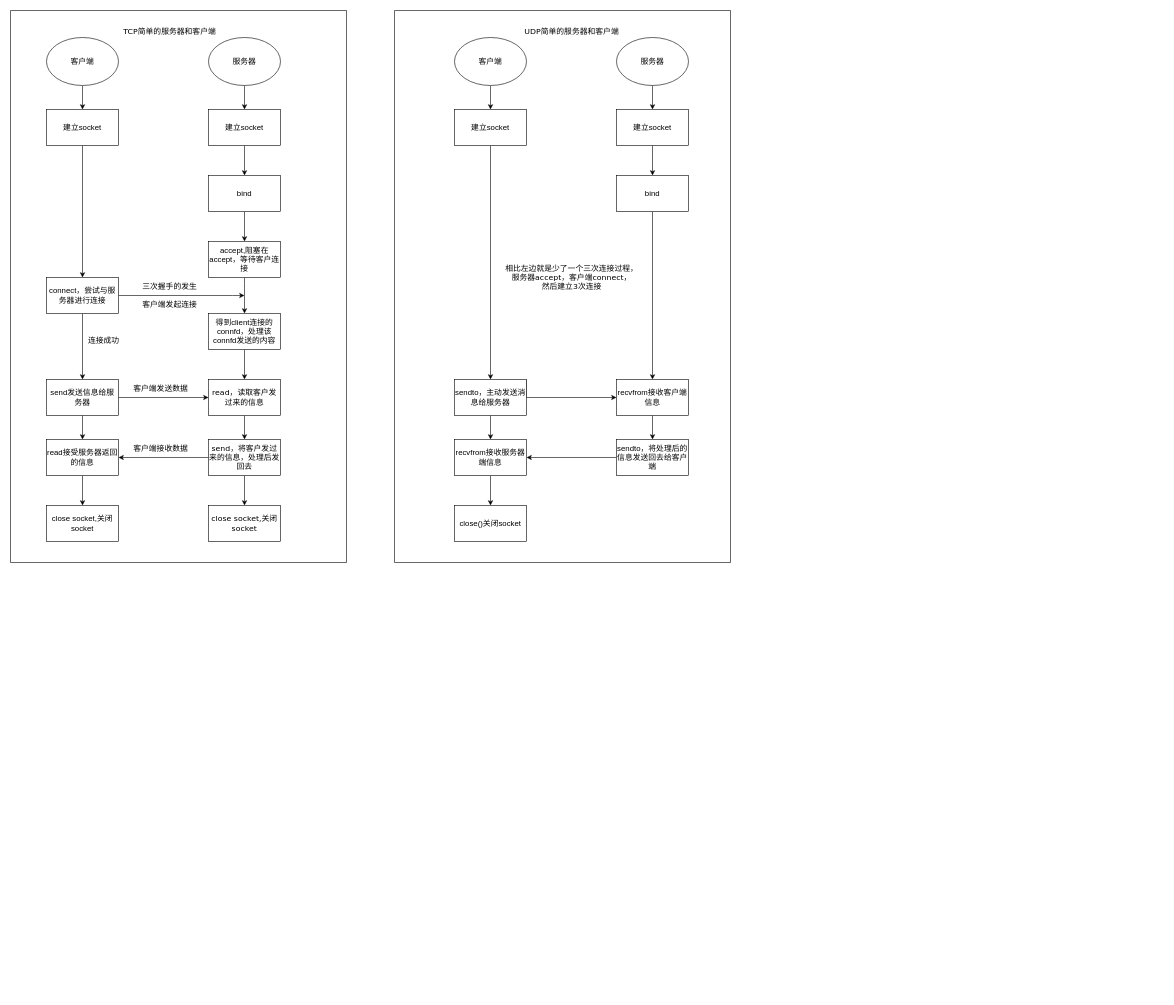
Earlier version of the draw.io diagram TCP_UDP.drawio (zhouzhihui12/Drawio_drawing). Source tidied: cells renumbered, new cells numbered last; positions are measured from the earlier drawing's top-left corner, leaving out a move shared by most shapes. Both pictures are drawn from the tidied source at 60%, with x=0, y=0 at pixel (10, 10).
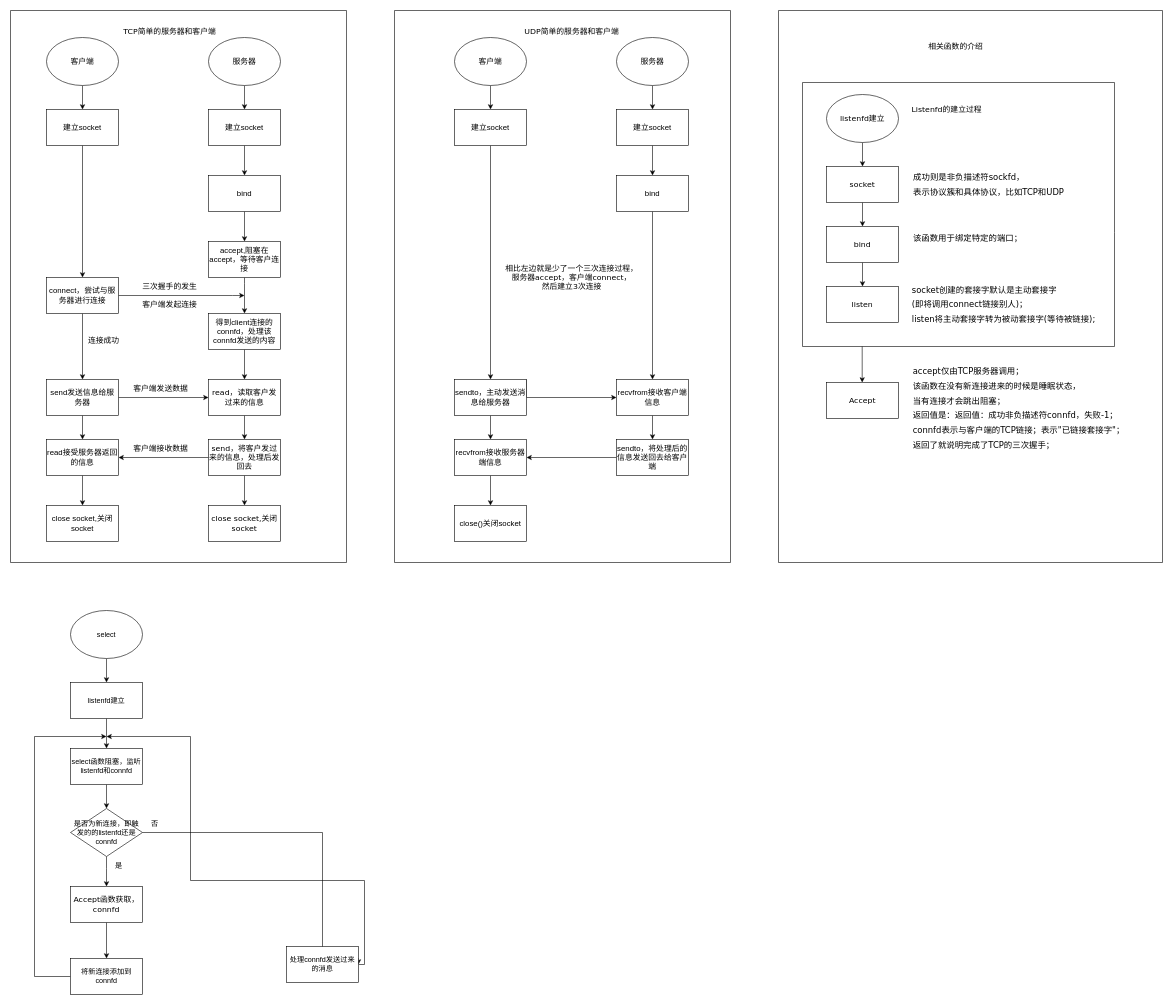
After the change.

What changed in the source:
```diff
@@
+    <mxCell id="61" style="edgeStyle=orthogonalEdgeStyle;rounded=0;jettySize=auto;html=1;fontFamily=Verdana;fontSize=13;" parent="1" edge="1" source="62" target="64">
+      <mxGeometry relative="1" as="geometry" />
+    </mxCell>
+    <mxCell id="62" value="listenfd建立" style="ellipse;whiteSpace=wrap;html=1;fontFamily=Verdana;fontSize=13;" parent="1" vertex="1">
+      <mxGeometry x="1360" y="140" width="120" height="80" as="geometry" />
+    </mxCell>
+    <mxCell id="63" style="edgeStyle=orthogonalEdgeStyle;rounded=0;jettySize=auto;html=1;fontFamily=Verdana;fontSize=13;" parent="1" edge="1" source="64" target="66">
+      <mxGeometry relative="1" as="geometry" />
+    </mxCell>
+    <mxCell id="64" value="socket" style="whiteSpace=wrap;html=1;fontSize=13;fontFamily=Verdana;" parent="1" vertex="1">
+      <mxGeometry x="1360" y="260" width="120" height="60" as="geometry" />
+    </mxCell>
+    <mxCell id="65" style="edgeStyle=orthogonalEdgeStyle;rounded=0;jettySize=auto;html=1;fontFamily=Verdana;fontSize=13;" parent="1" edge="1" source="66" target="67">
+      <mxGeometry relative="1" as="geometry" />
+    </mxCell>
+    <mxCell id="66" value="bind" style="whiteSpace=wrap;html=1;fontSize=13;fontFamily=Verdana;" parent="1" vertex="1">
+      <mxGeometry x="1360" y="360" width="120" height="60" as="geometry" />
+    </mxCell>
+    <mxCell id="67" value="listen" style="whiteSpace=wrap;html=1;fontSize=13;fontFamily=Verdana;" parent="1" vertex="1">
+      <mxGeometry x="1360" y="460" width="120" height="60" as="geometry" />
+    </mxCell>
+    <mxCell id="68" style="endArrow=none;html=1;rounded=0;fontFamily=Verdana;fontSize=13;" parent="1" edge="1">
+      <mxGeometry relative="1" as="geometry">
+        <mxPoint x="1320" y="120" as="sourcePoint" />
+        <mxPoint x="1320" y="120" as="targetPoint" />
+        <Array as="points">
+          <mxPoint x="1320" y="560" />
+          <mxPoint x="1840" y="560" />
+          <mxPoint x="1840" y="370" />
+          <mxPoint x="1840" y="120" />
+        </Array>
+      </mxGeometry>
+    </mxCell>
+    <mxCell id="69" style="edgeStyle=orthogonalEdgeStyle;rounded=0;jettySize=auto;html=1;" parent="1" edge="1" source="70" target="72">
+      <mxGeometry relative="1" as="geometry" />
+    </mxCell>
+    <mxCell id="70" value="select" style="ellipse;whiteSpace=wrap;html=1;" parent="1" vertex="1">
+      <mxGeometry x="100" y="1000" width="120" height="80" as="geometry" />
+    </mxCell>
+    <mxCell id="71" style="edgeStyle=orthogonalEdgeStyle;rounded=0;jettySize=auto;html=1;" parent="1" edge="1" source="72" target="74">
+      <mxGeometry relative="1" as="geometry" />
+    </mxCell>
+    <mxCell id="72" value="listenfd建立" style="rounded=0;whiteSpace=wrap;html=1;" parent="1" vertex="1">
+      <mxGeometry x="100" y="1120" width="120" height="60" as="geometry" />
+    </mxCell>
+    <mxCell id="73" style="edgeStyle=orthogonalEdgeStyle;rounded=0;jettySize=auto;html=1;" parent="1" edge="1" source="74" target="77">
+      <mxGeometry relative="1" as="geometry" />
+    </mxCell>
+    <mxCell id="74" value="select函数阻塞，监听listenfd和connfd" style="rounded=0;whiteSpace=wrap;html=1;" parent="1" vertex="1">
+      <mxGeometry x="100" y="1230" width="120" height="60" as="geometry" />
+    </mxCell>
+    <mxCell id="75" style="edgeStyle=orthogonalEdgeStyle;rounded=0;jettySize=auto;html=1;" parent="1" edge="1" source="77">
+      <mxGeometry relative="1" as="geometry">
+        <mxPoint x="160" y="1460" as="targetPoint" />
+        <Array as="points">
+          <mxPoint x="160" y="1430" />
+          <mxPoint x="160" y="1430" />
+        </Array>
+      </mxGeometry>
+    </mxCell>
+    <mxCell id="76" style="edgeStyle=orthogonalEdgeStyle;rounded=0;jettySize=auto;html=1;entryX=1;entryY=0.5;entryDx=0;entryDy=0;" parent="1" edge="1" source="77" target="81">
+      <mxGeometry relative="1" as="geometry">
+        <Array as="points">
+          <mxPoint x="520" y="1370" />
+          <mxPoint x="520" y="1580" />
+          <mxPoint x="580" y="1580" />
+        </Array>
+      </mxGeometry>
+    </mxCell>
+    <mxCell id="77" value="是否为新连接，即触发的的listenfd还是connfd" style="rhombus;whiteSpace=wrap;html=1;rounded=0;" parent="1" vertex="1">
+      <mxGeometry x="100" y="1330" width="120" height="80" as="geometry" />
+    </mxCell>
+    <mxCell id="78" style="edgeStyle=orthogonalEdgeStyle;rounded=0;jettySize=auto;html=1;" parent="1" edge="1" source="79">
+      <mxGeometry relative="1" as="geometry">
+        <mxPoint x="160" y="1210" as="targetPoint" />
+        <Array as="points">
+          <mxPoint x="40" y="1610" />
+          <mxPoint x="40" y="1210" />
+        </Array>
+      </mxGeometry>
+    </mxCell>
+    <mxCell id="79" value="将新连接添加到connfd" style="whiteSpace=wrap;html=1;rounded=0;" parent="1" vertex="1">
+      <mxGeometry x="100" y="1580" width="120" height="60" as="geometry" />
+    </mxCell>
+    <mxCell id="80" style="edgeStyle=orthogonalEdgeStyle;rounded=0;jettySize=auto;html=1;" parent="1" edge="1" source="81">
+      <mxGeometry relative="1" as="geometry">
+        <mxPoint x="160" y="1210" as="targetPoint" />
+        <Array as="points">
+          <mxPoint x="590" y="1590" />
+          <mxPoint x="590" y="1450" />
+          <mxPoint x="300" y="1450" />
+          <mxPoint x="300" y="1210" />
+        </Array>
+      </mxGeometry>
+    </mxCell>
+    <mxCell id="81" value="处理connfd发送过来的消息" style="rounded=0;whiteSpace=wrap;html=1;" parent="1" vertex="1">
+      <mxGeometry x="460" y="1560" width="120" height="60" as="geometry" />
+    </mxCell>
+    <mxCell id="82" value="是" style="text;html=1;align=center;verticalAlign=middle;strokeColor=none;fillColor=none;" parent="1" vertex="1">
+      <mxGeometry x="160" y="1410" width="40" height="30" as="geometry" />
+    </mxCell>
+    <mxCell id="83" value="否" style="text;html=1;align=center;verticalAlign=middle;strokeColor=none;fillColor=none;" parent="1" vertex="1">
+      <mxGeometry x="220" y="1340" width="40" height="30" as="geometry" />
+    </mxCell>
+    <mxCell id="84" style="edgeStyle=orthogonalEdgeStyle;rounded=0;jettySize=auto;html=1;entryX=0.5;entryY=0;entryDx=0;entryDy=0;fontFamily=Verdana;fontSize=13;" parent="1" edge="1" source="85" target="79">
+      <mxGeometry relative="1" as="geometry" />
+    </mxCell>
+    <mxCell id="85" value="Accept函数获取，connfd" style="rounded=0;whiteSpace=wrap;html=1;fontFamily=Verdana;fontSize=13;" parent="1" vertex="1">
+      <mxGeometry x="100" y="1460" width="120" height="60" as="geometry" />
+    </mxCell>
+    <mxCell id="86" value="&lt;div style=&quot;line-height: 1.75; font-size: 14px; text-align: left;&quot;&gt;成功则是非负描述符sockfd，&lt;/div&gt;&lt;div style=&quot;line-height: 1.75; font-size: 14px; text-align: left;&quot;&gt;表示协议簇和具体协议，比如TCP和UDP&lt;/div&gt;" style="text;html=1;align=center;verticalAlign=middle;strokeColor=none;fillColor=none;fontSize=13;fontFamily=Verdana;" parent="1" vertex="1">
+      <mxGeometry x="1490" y="260" width="280" height="60" as="geometry" />
+    </mxCell>
+    <mxCell id="87" value="&lt;div style=&quot;line-height: 1.75; font-size: 14px; text-align: left;&quot;&gt;该函数用于绑定特定的端口；&lt;/div&gt;" style="text;html=1;align=center;verticalAlign=middle;strokeColor=none;fillColor=none;fontSize=13;fontFamily=Verdana;" parent="1" vertex="1">
+      <mxGeometry x="1490" y="360" width="210" height="40" as="geometry" />
+    </mxCell>
+    <mxCell id="88" value="&lt;div style=&quot;line-height: 1.75; font-size: 14px; text-align: left;&quot;&gt;socket创建的套接字默认是主动套接字&lt;/div&gt;&lt;div style=&quot;line-height: 1.75; font-size: 14px; text-align: left;&quot;&gt;(即将调用connect链接别人)；&lt;/div&gt;&lt;div style=&quot;line-height: 1.75; font-size: 14px; text-align: left;&quot;&gt;listen将主动套接字转为被动套接字(等待被链接);&lt;/div&gt;" style="text;html=1;align=center;verticalAlign=middle;strokeColor=none;fillColor=none;fontSize=13;fontFamily=Verdana;" parent="1" vertex="1">
+      <mxGeometry x="1490" y="445" width="330" height="90" as="geometry" />
+    </mxCell>
+    <mxCell id="89" value="Listenfd的建立过程" style="text;html=1;align=center;verticalAlign=middle;strokeColor=none;fillColor=none;fontSize=13;fontFamily=Verdana;" parent="1" vertex="1">
+      <mxGeometry x="1490" y="150" width="140" height="30" as="geometry" />
+    </mxCell>
+    <mxCell id="90" style="endArrow=classic;html=1;rounded=0;fontFamily=Verdana;fontSize=13;" parent="1" edge="1">
+      <mxGeometry relative="1" as="geometry">
+        <mxPoint x="1419.5" y="560" as="sourcePoint" />
+        <mxPoint x="1419.5" y="620" as="targetPoint" />
+      </mxGeometry>
+    </mxCell>
+    <mxCell id="91" value="&lt;br&gt;&lt;div style=&quot;line-height: 1.75; font-size: 14px; text-align: left;&quot;&gt;accept仅由TCP服务器调用；&lt;/div&gt;&lt;div style=&quot;line-height: 1.75; font-size: 14px; text-align: left;&quot;&gt;该函数在没有新连接进来的时候是睡眠状态，&lt;/div&gt;&lt;div style=&quot;line-height: 1.75; font-size: 14px; text-align: left;&quot;&gt;当有连接才会跳出阻塞；&lt;/div&gt;&lt;div style=&quot;line-height: 1.75; font-size: 14px; text-align: left;&quot;&gt;返回值是：返回值：成功非负描述符connfd，失败-1；&lt;/div&gt;&lt;div style=&quot;line-height: 1.75; font-size: 14px; text-align: left;&quot;&gt;connfd表示与客户端的TCP链接；表示&quot;已链接套接字&quot;；&lt;/div&gt;&lt;div style=&quot;line-height: 1.75; font-size: 14px; text-align: left;&quot;&gt;返回了就说明完成了TCP的三次握手；&lt;/div&gt;" style="text;html=1;align=center;verticalAlign=middle;strokeColor=none;fillColor=none;fontSize=13;fontFamily=Verdana;" parent="1" vertex="1">
+      <mxGeometry x="1490" y="565" width="380" height="180" as="geometry" />
+    </mxCell>
+    <mxCell id="92" style="endArrow=none;html=1;rounded=0;fontFamily=Verdana;fontSize=13;" parent="1" edge="1">
+      <mxGeometry relative="1" as="geometry">
+        <mxPoint x="1280" as="sourcePoint" />
+        <mxPoint x="1280" as="targetPoint" />
+        <Array as="points">
+          <mxPoint x="1280" y="920" />
+          <mxPoint x="1920" y="920" />
+          <mxPoint x="1920" />
+        </Array>
+      </mxGeometry>
+    </mxCell>
+    <mxCell id="93" value="Accept" style="whiteSpace=wrap;html=1;fontSize=13;fontFamily=Verdana;" parent="1" vertex="1">
+      <mxGeometry x="1360" y="620" width="120" height="60" as="geometry" />
+    </mxCell>
+    <mxCell id="94" value="相关函数的介绍" style="text;html=1;align=center;verticalAlign=middle;strokeColor=none;fillColor=none;fontSize=13;fontFamily=Verdana;" parent="1" vertex="1">
+      <mxGeometry x="1520" y="45" width="110" height="30" as="geometry" />
+    </mxCell>
```
